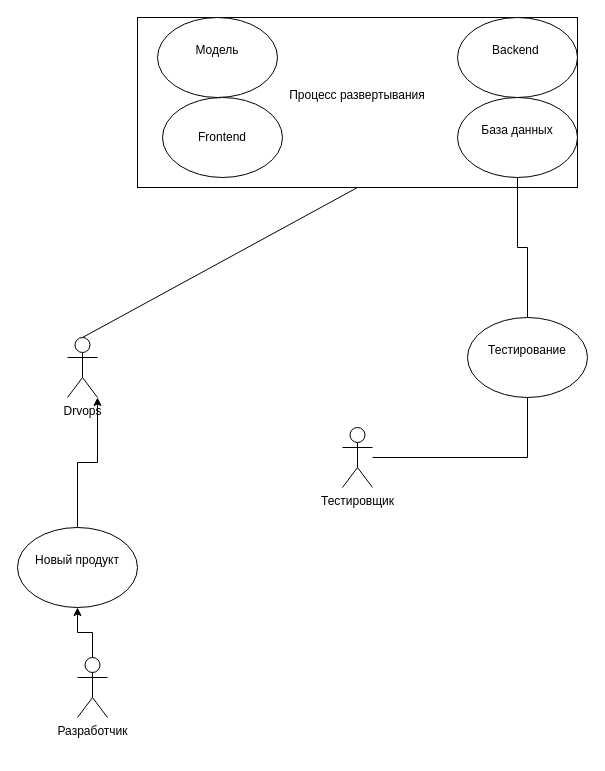
zabulonov/ZolotorevKP keeps this draw.io diagram as Diagrams/drawio/Use case Забулонов.drawio. Above is the earlier version. Source tidied: cells renumbered, new cells numbered last; positions are measured from the earlier drawing's top-left corner, leaving out a move shared by most shapes. Both pictures are drawn from the tidied source at 100%, with x=0, y=0 at pixel (17, 17).
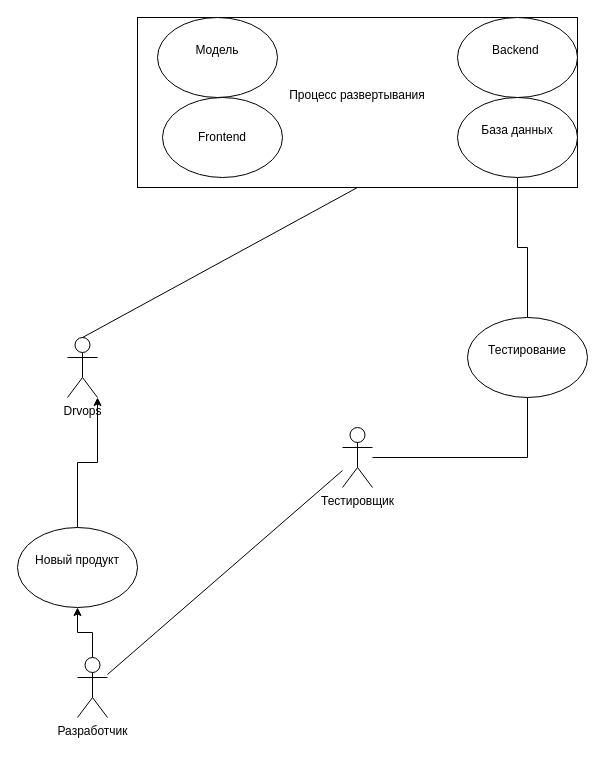
After the change.

Commit message:
Обновил UseCase

What changed in the source:
```diff
@@
 <mxGraphModel>
   <root>
     <mxCell id="0" />
     <mxCell id="1" parent="0" />
     <mxCell id="2" value="Процесс развертывания&lt;div&gt;&lt;br&gt;&lt;/div&gt;" style="rounded=0;whiteSpace=wrap;html=1;" parent="1" vertex="1">
       <mxGeometry x="120" width="440" height="170" as="geometry" />
     </mxCell>
     <mxCell id="3" style="edgeStyle=orthogonalEdgeStyle;rounded=0;jettySize=auto;html=1;endArrow=none;endFill=0;" parent="1" edge="1" source="4" target="6">
       <mxGeometry relative="1" as="geometry" />
     </mxCell>
+    <mxCell id="17" style="edgeStyle=none;html=1;endArrow=none;endFill=0;" parent="1" edge="1" source="4" target="8">
+      <mxGeometry relative="1" as="geometry" />
+    </mxCell>
     <mxCell id="4" value="Тестировщик&lt;div&gt;&lt;br&gt;&lt;/div&gt;" style="shape=umlActor;verticalLabelPosition=bottom;verticalAlign=top;html=1;outlineConnect=0;" parent="1" vertex="1">
       <mxGeometry x="325" y="410" width="30" height="60" as="geometry" />
     </mxCell>
     <mxCell id="5" style="edgeStyle=orthogonalEdgeStyle;rounded=0;jettySize=auto;html=1;exitX=0.5;exitY=0;exitDx=0;exitDy=0;endArrow=none;endFill=0;entryX=0.5;entryY=1;entryDx=0;entryDy=0;" parent="1" edge="1" source="6" target="14">
       <mxGeometry relative="1" as="geometry" />
     </mxCell>
     <mxCell id="6" value="Тестирование&lt;div&gt;&lt;br&gt;&lt;/div&gt;" style="ellipse;whiteSpace=wrap;html=1;" parent="1" vertex="1">
       <mxGeometry x="450" y="300" width="120" height="80" as="geometry" />
     </mxCell>
     <mxCell id="7" style="edgeStyle=orthogonalEdgeStyle;rounded=0;jettySize=auto;html=1;" parent="1" edge="1" source="8" target="11">
       <mxGeometry relative="1" as="geometry" />
     </mxCell>
     <mxCell id="8" value="Разработчик&lt;div&gt;&lt;br&gt;&lt;/div&gt;" style="shape=umlActor;verticalLabelPosition=bottom;verticalAlign=top;html=1;outlineConnect=0;" parent="1" vertex="1">
       <mxGeometry x="60" y="640" width="30" height="60" as="geometry" />
     </mxCell>
     <mxCell id="9" value="Drvops&lt;div&gt;&lt;br&gt;&lt;/div&gt;" style="shape=umlActor;verticalLabelPosition=bottom;verticalAlign=top;html=1;outlineConnect=0;" parent="1" vertex="1">
       <mxGeometry x="50" y="320" width="30" height="60" as="geometry" />
     </mxCell>
     <mxCell id="10" style="edgeStyle=orthogonalEdgeStyle;rounded=0;jettySize=auto;html=1;exitX=0.5;exitY=0;exitDx=0;exitDy=0;entryX=1;entryY=1;entryDx=0;entryDy=0;entryPerimeter=0;" parent="1" edge="1" source="11" target="9">
       <mxGeometry relative="1" as="geometry" />
     </mxCell>
     <mxCell id="11" value="Новый продукт&lt;div&gt;&lt;br&gt;&lt;/div&gt;" style="ellipse;whiteSpace=wrap;html=1;" parent="1" vertex="1">
       <mxGeometry y="510" width="120" height="80" as="geometry" />
     </mxCell>
     <mxCell id="12" value="&lt;div&gt;Backend&amp;nbsp;&lt;/div&gt;&lt;div&gt;&lt;br&gt;&lt;/div&gt;" style="ellipse;whiteSpace=wrap;html=1;" parent="1" vertex="1">
       <mxGeometry x="440" width="120" height="80" as="geometry" />
     </mxCell>
     <mxCell id="13" value="Frontend&lt;div&gt;&lt;/div&gt;" style="ellipse;whiteSpace=wrap;html=1;" parent="1" vertex="1">
       <mxGeometry x="145" y="80" width="120" height="80" as="geometry" />
     </mxCell>
     <mxCell id="14" value="База данных&lt;div&gt;&lt;br&gt;&lt;/div&gt;" style="ellipse;whiteSpace=wrap;html=1;" parent="1" vertex="1">
       <mxGeometry x="440" y="80" width="120" height="80" as="geometry" />
     </mxCell>
     <mxCell id="15" value="Модель&lt;div&gt;&lt;br&gt;&lt;/div&gt;" style="ellipse;whiteSpace=wrap;html=1;" parent="1" vertex="1">
       <mxGeometry x="140" width="120" height="80" as="geometry" />
     </mxCell>
     <mxCell id="16" style="endArrow=none;html=1;rounded=0;entryX=0.5;entryY=1;entryDx=0;entryDy=0;exitX=0.5;exitY=0;exitDx=0;exitDy=0;exitPerimeter=0;" parent="1" edge="1" source="9" target="2">
       <mxGeometry relative="1" as="geometry" />
     </mxCell>
   </root>
 </mxGraphModel>
```
